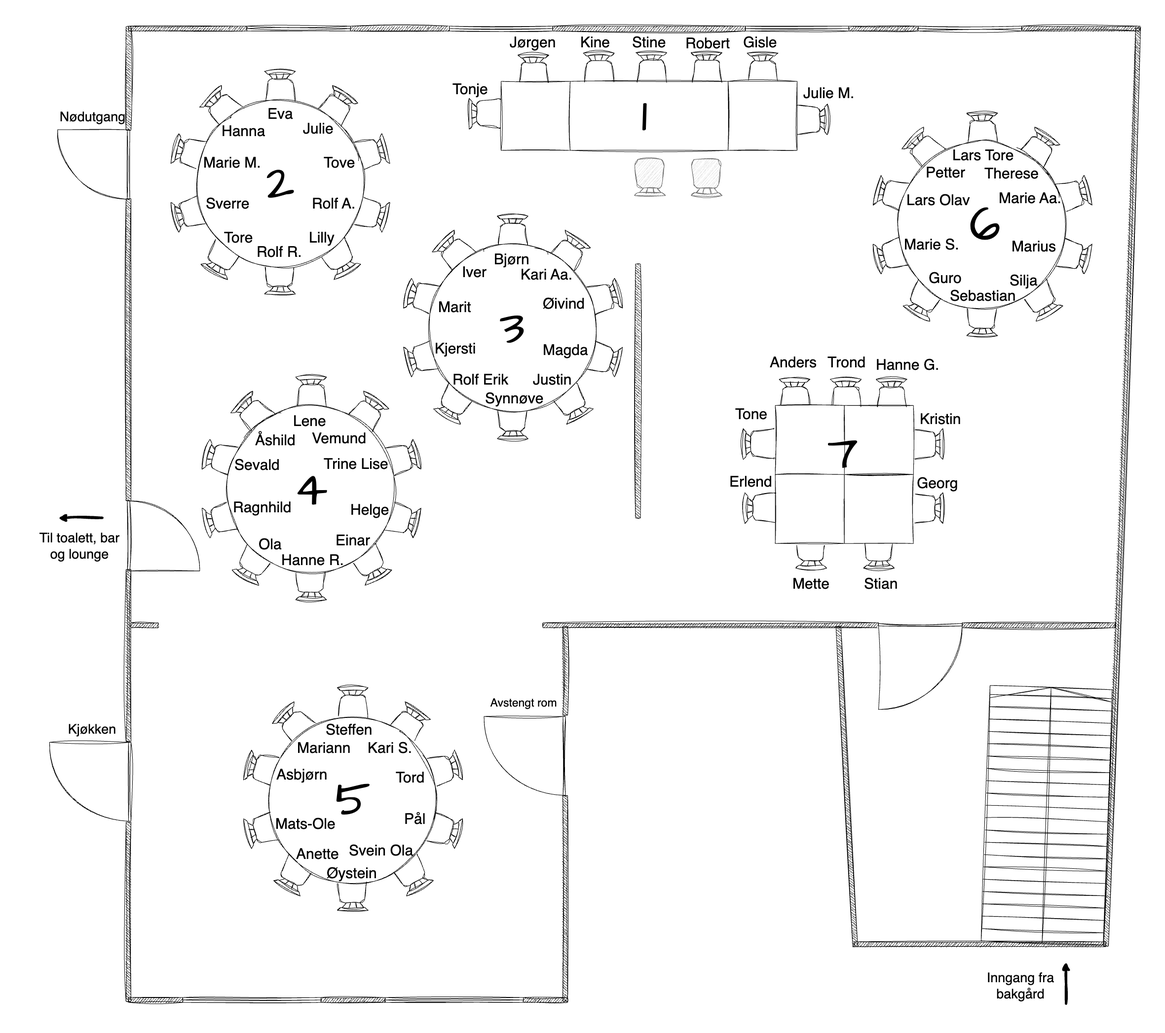
Earlier version of the draw.io export static/images/bordkart.drawio.png (robertbrandso/hugo-bryllup). Source tidied: cells renumbered, new cells last; positions are measured from the earlier drawing's top-left corner, leaving out a move shared by most shapes.
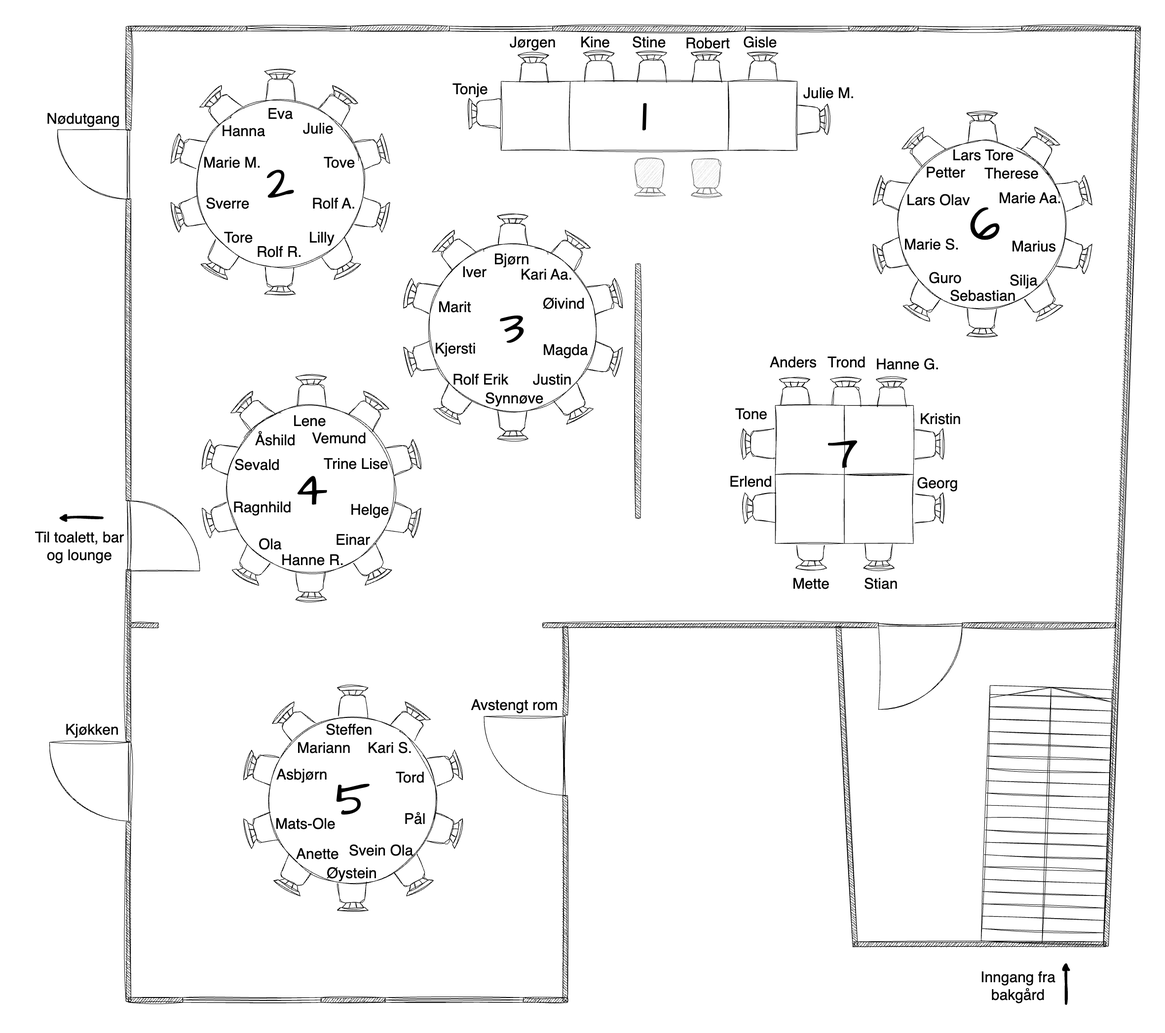
After the commit.

Change to the diagram source:
```diff
@@ -563,13 +563,13 @@
     <mxCell id="188" value="Tord" style="text;strokeColor=none;align=left;fillColor=none;html=1;verticalAlign=middle;whiteSpace=wrap;rounded=0;sketch=1;hachureGap=4;jiggle=2;curveFitting=1;strokeWidth=4;fontFamily=Helvetica;fontSize=30;" parent="1" vertex="1">
       <mxGeometry x="846" y="1554" width="70.2" height="43" as="geometry" />
     </mxCell>
-    <mxCell id="189" value="Nødutgang" style="text;strokeColor=none;align=center;fillColor=none;html=1;verticalAlign=middle;whiteSpace=wrap;rounded=0;fontSize=27;" parent="1" vertex="1">
-      <mxGeometry x="177" y="221.5" width="113.1" height="30" as="geometry" />
+    <mxCell id="189" value="Nødutgang" style="text;strokeColor=none;align=center;fillColor=none;html=1;verticalAlign=middle;whiteSpace=wrap;rounded=0;fontSize=30;" parent="1" vertex="1">
+      <mxGeometry x="136" y="224.5" width="156.5" height="30" as="geometry" />
     </mxCell>
-    <mxCell id="190" value="Kjøkken" style="text;strokeColor=none;align=center;fillColor=none;html=1;verticalAlign=middle;whiteSpace=wrap;rounded=0;fontSize=27;" parent="1" vertex="1">
+    <mxCell id="190" value="Kjøkken" style="text;strokeColor=none;align=center;fillColor=none;html=1;verticalAlign=middle;whiteSpace=wrap;rounded=0;fontSize=30;" parent="1" vertex="1">
       <mxGeometry x="176" y="1463.5" width="113.1" height="30" as="geometry" />
     </mxCell>
-    <mxCell id="191" value="Til toalett, bar og lounge" style="text;strokeColor=none;align=center;fillColor=none;html=1;verticalAlign=middle;whiteSpace=wrap;rounded=0;fontSize=27;" parent="1" vertex="1">
+    <mxCell id="191" value="Til toalett, bar og lounge" style="text;strokeColor=none;align=center;fillColor=none;html=1;verticalAlign=middle;whiteSpace=wrap;rounded=0;fontSize=30;" parent="1" vertex="1">
       <mxGeometry x="110" y="1076" width="194.1" height="62.5" as="geometry" />
     </mxCell>
     <mxCell id="192" style="edgeStyle=none;orthogonalLoop=1;jettySize=auto;html=1;fontSize=23;strokeWidth=5;sketch=1;curveFitting=1;jiggle=2;" parent="1" edge="1">
@@ -578,8 +578,8 @@
         <mxPoint x="162.9" y="1050" as="targetPoint" />
       </mxGeometry>
     </mxCell>
-    <mxCell id="193" value="Inngang fra bakgård" style="text;strokeColor=none;align=center;fillColor=none;html=1;verticalAlign=middle;whiteSpace=wrap;rounded=0;fontSize=27;" parent="1" vertex="1">
-      <mxGeometry x="2042" y="1967.5" width="144.1" height="62.5" as="geometry" />
+    <mxCell id="193" value="Inngang fra bakgård" style="text;strokeColor=none;align=center;fillColor=none;html=1;verticalAlign=middle;whiteSpace=wrap;rounded=0;fontSize=30;" parent="1" vertex="1">
+      <mxGeometry x="2019.4" y="1967.5" width="180" height="62.5" as="geometry" />
     </mxCell>
     <mxCell id="194" style="edgeStyle=none;orthogonalLoop=1;jettySize=auto;html=1;fontSize=23;strokeWidth=5;sketch=1;curveFitting=1;jiggle=2;" parent="1" edge="1">
       <mxGeometry relative="1" as="geometry">
@@ -587,8 +587,8 @@
         <mxPoint x="2206" y="1950" as="targetPoint" />
       </mxGeometry>
     </mxCell>
-    <mxCell id="195" value="Avstengt rom" style="text;strokeColor=none;align=center;fillColor=none;html=1;verticalAlign=middle;whiteSpace=wrap;rounded=0;fontSize=23;" parent="1" vertex="1">
-      <mxGeometry x="1031.5" y="1410" width="151.5" height="30" as="geometry" />
+    <mxCell id="195" value="Avstengt rom" style="text;strokeColor=none;align=center;fillColor=none;html=1;verticalAlign=middle;whiteSpace=wrap;rounded=0;fontSize=30;" parent="1" vertex="1">
+      <mxGeometry x="989.5" y="1414" width="197" height="30" as="geometry" />
     </mxCell>
   </root>
 </mxGraphModel>
```
